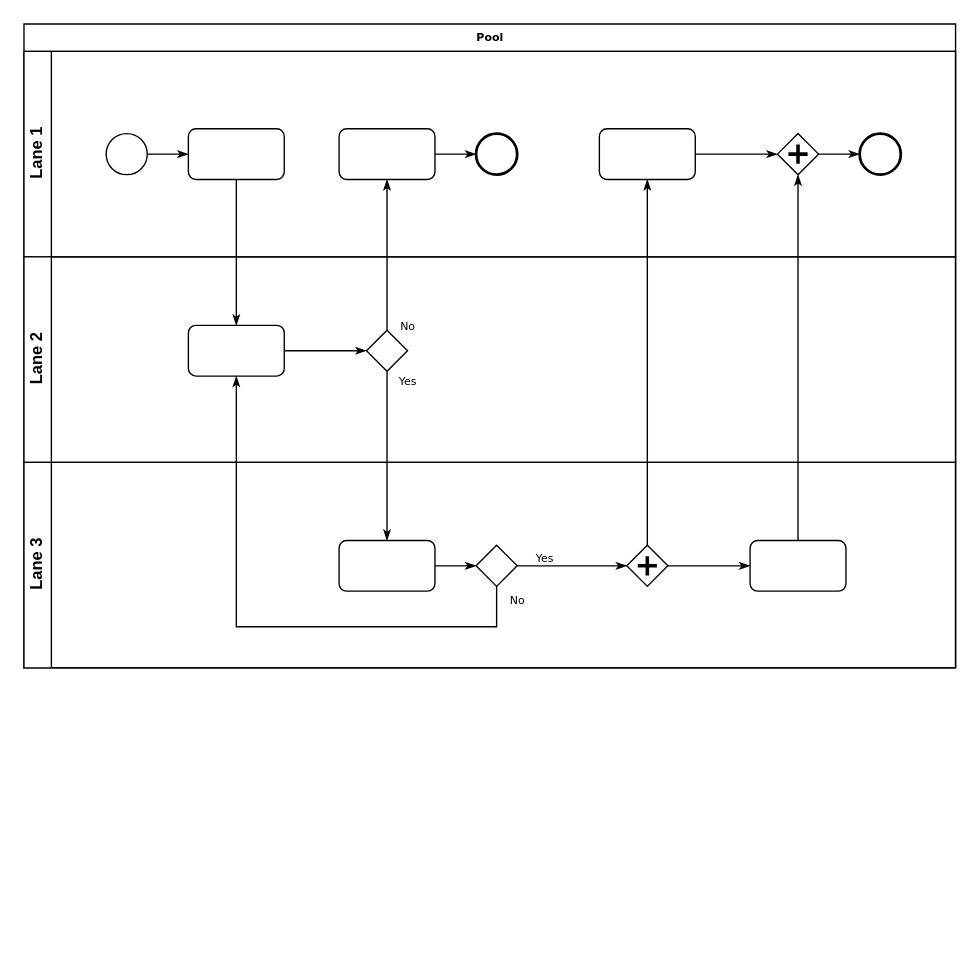
The draw.io diagram Diagrama Fluxo Casa.drawio in carolbucker/python, before the edit. Source tidied: cells renumbered, new cells numbered last; positions are measured from the earlier drawing's top-left corner, leaving out a move shared by most shapes. Both pictures are drawn from the tidied source at 137%, with x=0, y=0 at pixel (23, 23).
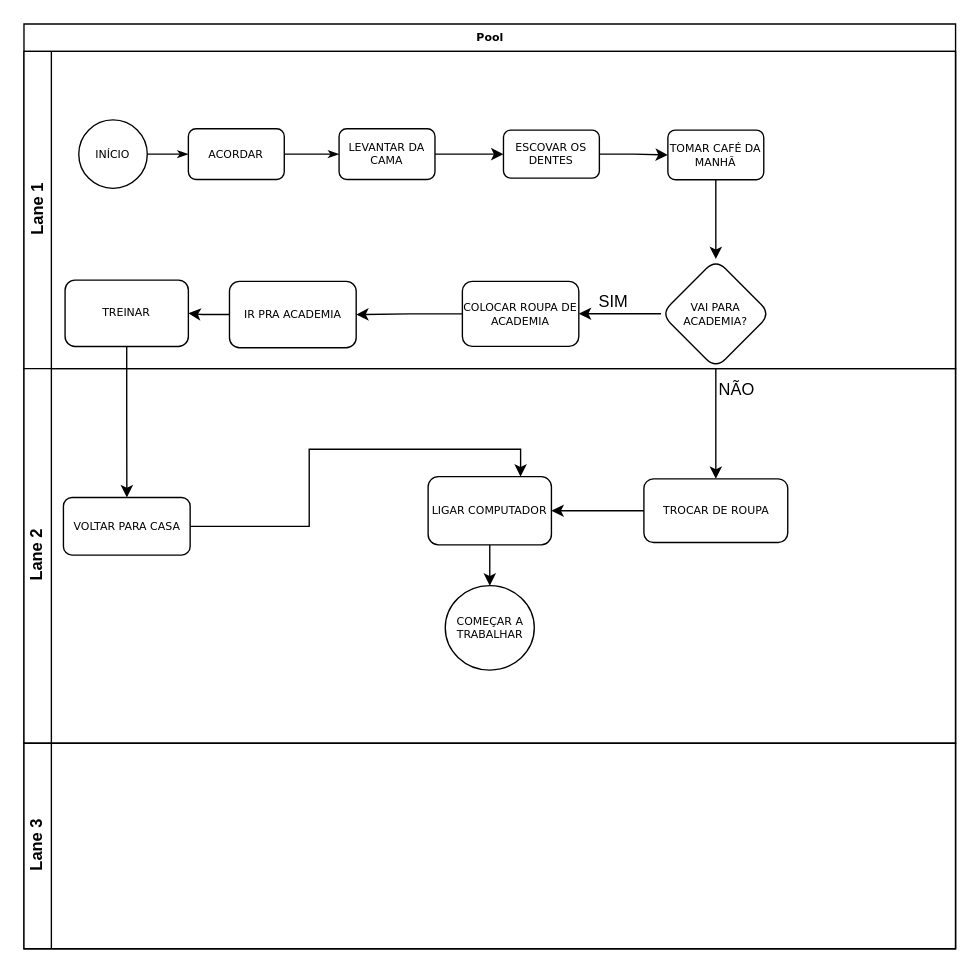
The same page after the edit.

The edit, as a diff of the source:
```diff
@@
     <mxCell id="2" value="Pool" style="swimlane;html=1;horizontal=1;startSize=20;rounded=0;shadow=0;labelBackgroundColor=none;strokeWidth=1;fontFamily=Verdana;fontSize=8;align=center;" parent="1" vertex="1">
-      <mxGeometry width="680" height="470" as="geometry" />
+      <mxGeometry width="680" height="675" as="geometry" />
     </mxCell>
     <mxCell id="3" value="Lane 1" style="swimlane;html=1;startSize=20;horizontal=0;" parent="2" vertex="1">
-      <mxGeometry y="20" width="680" height="150" as="geometry" />
+      <mxGeometry y="20" width="680" height="231.6" as="geometry" />
     </mxCell>
@@
-    <mxCell id="5" style="ellipse;whiteSpace=wrap;html=1;rounded=0;shadow=0;labelBackgroundColor=none;strokeWidth=1;fontFamily=Verdana;fontSize=8;align=center;" parent="3" vertex="1">
-      <mxGeometry x="60" y="60" width="30" height="30" as="geometry" />
+    <mxCell id="5" value="INÍCIO" style="ellipse;whiteSpace=wrap;html=1;rounded=0;shadow=0;labelBackgroundColor=none;strokeWidth=1;fontFamily=Verdana;fontSize=8;align=center;" parent="3" vertex="1">
+      <mxGeometry x="40" y="50" width="50" height="50" as="geometry" />
     </mxCell>
-    <mxCell id="6" style="rounded=1;whiteSpace=wrap;html=1;shadow=0;labelBackgroundColor=none;strokeWidth=1;fontFamily=Verdana;fontSize=8;align=center;" parent="3" vertex="1">
+    <mxCell id="6" value="ACORDAR" style="rounded=1;whiteSpace=wrap;html=1;shadow=0;labelBackgroundColor=none;strokeWidth=1;fontFamily=Verdana;fontSize=8;align=center;" parent="3" vertex="1">
       <mxGeometry x="120" y="56.5" width="70" height="37" as="geometry" />
     </mxCell>
-    <mxCell id="7" style="edgeStyle=orthogonalEdgeStyle;rounded=0;html=1;labelBackgroundColor=none;startArrow=none;startFill=0;startSize=5;endArrow=classicThin;endFill=1;endSize=5;jettySize=auto;strokeWidth=1;fontFamily=Verdana;fontSize=8;" parent="3" edge="1" source="8" target="9">
-      <mxGeometry relative="1" as="geometry" />
-    </mxCell>
-    <mxCell id="8" style="rounded=1;whiteSpace=wrap;html=1;shadow=0;labelBackgroundColor=none;strokeWidth=1;fontFamily=Verdana;fontSize=8;align=center;" parent="3" vertex="1">
-      <mxGeometry x="230" y="56.5" width="70" height="37" as="geometry" />
-    </mxCell>
-    <mxCell id="9" style="ellipse;whiteSpace=wrap;html=1;rounded=0;shadow=0;labelBackgroundColor=none;strokeWidth=2;fontFamily=Verdana;fontSize=8;align=center;" parent="3" vertex="1">
-      <mxGeometry x="330" y="60" width="30" height="30" as="geometry" />
-    </mxCell>
-    <mxCell id="10" style="edgeStyle=orthogonalEdgeStyle;rounded=0;html=1;entryX=0;entryY=0.5;labelBackgroundColor=none;startArrow=none;startFill=0;startSize=5;endArrow=classicThin;endFill=1;endSize=5;jettySize=auto;strokeWidth=1;fontFamily=Verdana;fontSize=8;" parent="3" edge="1" source="11" target="13">
-      <mxGeometry relative="1" as="geometry" />
-    </mxCell>
-    <mxCell id="11" style="rounded=1;whiteSpace=wrap;html=1;shadow=0;labelBackgroundColor=none;strokeWidth=1;fontFamily=Verdana;fontSize=8;align=center;" parent="3" vertex="1">
-      <mxGeometry x="420" y="56.5" width="70" height="37" as="geometry" />
-    </mxCell>
-    <mxCell id="12" style="edgeStyle=orthogonalEdgeStyle;rounded=0;html=1;labelBackgroundColor=none;startArrow=none;startFill=0;startSize=5;endArrow=classicThin;endFill=1;endSize=5;jettySize=auto;strokeWidth=1;fontFamily=Verdana;fontSize=8;" parent="3" edge="1" source="13" target="14">
-      <mxGeometry relative="1" as="geometry" />
-    </mxCell>
-    <mxCell id="13" style="shape=mxgraph.bpmn.shape;html=1;verticalLabelPosition=bottom;labelBackgroundColor=#ffffff;verticalAlign=top;perimeter=rhombusPerimeter;background=gateway;outline=none;symbol=parallelGw;rounded=1;shadow=0;strokeWidth=1;fontFamily=Verdana;fontSize=8;align=center;" parent="3" vertex="1">
-      <mxGeometry x="550" y="60" width="30" height="30" as="geometry" />
-    </mxCell>
-    <mxCell id="14" style="ellipse;whiteSpace=wrap;html=1;rounded=0;shadow=0;labelBackgroundColor=none;strokeWidth=2;fontFamily=Verdana;fontSize=8;align=center;" parent="3" vertex="1">
-      <mxGeometry x="610" y="60" width="30" height="30" as="geometry" />
-    </mxCell>
+    <mxCell id="33" style="edgeStyle=orthogonalEdgeStyle;rounded=0;jettySize=auto;html=1;" parent="3" edge="1" source="17" target="35">
+      <mxGeometry relative="1" as="geometry" />
+    </mxCell>
+    <mxCell id="17" value="LEVANTAR DA CAMA" style="rounded=1;whiteSpace=wrap;html=1;shadow=0;labelBackgroundColor=none;strokeWidth=1;fontFamily=Verdana;fontSize=8;align=center;" parent="3" vertex="1">
+      <mxGeometry x="230" y="56.5" width="70" height="37" as="geometry" />
+    </mxCell>
+    <mxCell id="27" style="edgeStyle=orthogonalEdgeStyle;rounded=0;html=1;labelBackgroundColor=none;startArrow=none;startFill=0;startSize=5;endArrow=classicThin;endFill=1;endSize=5;jettySize=auto;strokeWidth=1;fontFamily=Verdana;fontSize=8;" parent="3" edge="1" source="6" target="17">
+      <mxGeometry relative="1" as="geometry" />
+    </mxCell>
+    <mxCell id="34" style="edgeStyle=orthogonalEdgeStyle;rounded=0;jettySize=auto;html=1;" parent="3" edge="1" source="35" target="37">
+      <mxGeometry relative="1" as="geometry" />
+    </mxCell>
+    <mxCell id="35" value="ESCOVAR OS DENTES" style="whiteSpace=wrap;html=1;fontSize=8;fontFamily=Verdana;rounded=1;shadow=0;labelBackgroundColor=none;strokeWidth=1;" parent="3" vertex="1">
+      <mxGeometry x="350" y="57.5" width="70" height="35" as="geometry" />
+    </mxCell>
+    <mxCell id="36" style="edgeStyle=orthogonalEdgeStyle;rounded=0;jettySize=auto;html=1;" parent="3" edge="1" source="37" target="38">
+      <mxGeometry relative="1" as="geometry" />
+    </mxCell>
+    <mxCell id="37" value="TOMAR CAFÉ DA MANHÃ" style="whiteSpace=wrap;html=1;fontSize=8;fontFamily=Verdana;rounded=1;shadow=0;labelBackgroundColor=none;strokeWidth=1;" parent="3" vertex="1">
+      <mxGeometry x="470" y="57.5" width="70" height="36.2" as="geometry" />
+    </mxCell>
+    <mxCell id="38" value="VAI PARA ACADEMIA?" style="rhombus;whiteSpace=wrap;html=1;fontSize=8;fontFamily=Verdana;rounded=1;shadow=0;labelBackgroundColor=none;strokeWidth=1;" parent="3" vertex="1">
+      <mxGeometry x="465" y="151.6" width="80" height="80" as="geometry" />
+    </mxCell>
+    <mxCell id="39" style="edgeStyle=orthogonalEdgeStyle;rounded=0;jettySize=auto;html=1;" parent="3" edge="1" source="40" target="44">
+      <mxGeometry relative="1" as="geometry" />
+    </mxCell>
+    <mxCell id="40" value="COLOCAR ROUPA DE ACADEMIA" style="whiteSpace=wrap;html=1;fontSize=8;fontFamily=Verdana;rounded=1;shadow=0;labelBackgroundColor=none;strokeWidth=1;" parent="3" vertex="1">
+      <mxGeometry x="320" y="167.9" width="85" height="47.4" as="geometry" />
+    </mxCell>
+    <mxCell id="41" value="SIM" style="text;html=1;align=center;verticalAlign=middle;strokeColor=none;fillColor=none;" parent="3" vertex="1">
+      <mxGeometry x="410" y="167.9" width="40" height="30" as="geometry" />
+    </mxCell>
+    <mxCell id="42" style="edgeStyle=orthogonalEdgeStyle;rounded=0;orthogonalLoop=1;jettySize=auto;html=1;" parent="3" edge="1">
+      <mxGeometry relative="1" as="geometry">
+        <mxPoint x="465" y="191.5" as="sourcePoint" />
+        <mxPoint x="405" y="191.5" as="targetPoint" />
+      </mxGeometry>
+    </mxCell>
+    <mxCell id="43" style="edgeStyle=orthogonalEdgeStyle;rounded=0;jettySize=auto;html=1;" parent="3" edge="1" source="44" target="45">
+      <mxGeometry relative="1" as="geometry" />
+    </mxCell>
+    <mxCell id="44" value="IR PRA ACADEMIA" style="whiteSpace=wrap;html=1;fontSize=8;fontFamily=Verdana;rounded=1;shadow=0;labelBackgroundColor=none;strokeWidth=1;" parent="3" vertex="1">
+      <mxGeometry x="150" y="167.9" width="92.5" height="48.4" as="geometry" />
+    </mxCell>
+    <mxCell id="45" value="TREINAR" style="whiteSpace=wrap;html=1;fontSize=8;fontFamily=Verdana;rounded=1;shadow=0;labelBackgroundColor=none;strokeWidth=1;" parent="3" vertex="1">
+      <mxGeometry x="30" y="167" width="90" height="48.4" as="geometry" />
+    </mxCell>
     <mxCell id="15" value="Lane 2" style="swimlane;html=1;startSize=20;horizontal=0;" parent="2" vertex="1">
-      <mxGeometry y="170" width="680" height="150" as="geometry" />
+      <mxGeometry y="251.6" width="680" height="273.4" as="geometry" />
     </mxCell>
-    <mxCell id="16" style="edgeStyle=orthogonalEdgeStyle;rounded=0;html=1;labelBackgroundColor=none;startArrow=none;startFill=0;startSize=5;endArrow=classicThin;endFill=1;endSize=5;jettySize=auto;strokeWidth=1;fontFamily=Verdana;fontSize=8;" parent="15" edge="1" source="17" target="18">
-      <mxGeometry relative="1" as="geometry" />
-    </mxCell>
-    <mxCell id="17" style="rounded=1;whiteSpace=wrap;html=1;shadow=0;labelBackgroundColor=none;strokeWidth=1;fontFamily=Verdana;fontSize=8;align=center;" parent="15" vertex="1">
-      <mxGeometry x="120" y="50" width="70" height="37" as="geometry" />
-    </mxCell>
-    <mxCell id="18" style="strokeWidth=1;html=1;shape=mxgraph.flowchart.decision;whiteSpace=wrap;rounded=1;shadow=0;labelBackgroundColor=none;fontFamily=Verdana;fontSize=8;align=center;" parent="15" vertex="1">
-      <mxGeometry x="250" y="53.5" width="30" height="30" as="geometry" />
-    </mxCell>
+    <mxCell id="46" style="edgeStyle=orthogonalEdgeStyle;rounded=0;jettySize=auto;html=1;" parent="15" edge="1" source="47" target="50">
+      <mxGeometry relative="1" as="geometry" />
+    </mxCell>
+    <mxCell id="47" value="TROCAR DE ROUPA" style="whiteSpace=wrap;html=1;fontSize=8;fontFamily=Verdana;rounded=1;shadow=0;labelBackgroundColor=none;strokeWidth=1;" parent="15" vertex="1">
+      <mxGeometry x="452.5" y="80.4" width="105" height="46.5" as="geometry" />
+    </mxCell>
+    <mxCell id="48" value="NÃO" style="text;html=1;align=center;verticalAlign=middle;strokeColor=none;fillColor=none;" parent="15" vertex="1">
+      <mxGeometry x="495" width="50" height="30" as="geometry" />
+    </mxCell>
+    <mxCell id="49" style="edgeStyle=orthogonalEdgeStyle;rounded=0;jettySize=auto;html=1;" parent="15" edge="1" source="50" target="53">
+      <mxGeometry relative="1" as="geometry" />
+    </mxCell>
+    <mxCell id="50" value="LIGAR COMPUTADOR" style="whiteSpace=wrap;html=1;fontSize=8;fontFamily=Verdana;rounded=1;shadow=0;labelBackgroundColor=none;strokeWidth=1;" parent="15" vertex="1">
+      <mxGeometry x="295" y="78.8" width="90" height="49.8" as="geometry" />
+    </mxCell>
+    <mxCell id="51" style="edgeStyle=orthogonalEdgeStyle;rounded=0;jettySize=auto;html=1;entryX=0.75;entryY=0;entryDx=0;entryDy=0;" parent="15" edge="1" source="52" target="50">
+      <mxGeometry relative="1" as="geometry" />
+    </mxCell>
+    <mxCell id="52" value="VOLTAR PARA CASA" style="whiteSpace=wrap;html=1;fontSize=8;fontFamily=Verdana;rounded=1;shadow=0;labelBackgroundColor=none;strokeWidth=1;" parent="15" vertex="1">
+      <mxGeometry x="28.8" y="94" width="92.5" height="42.1" as="geometry" />
+    </mxCell>
+    <mxCell id="53" value="COMEÇAR A TRABALHAR" style="ellipse;whiteSpace=wrap;html=1;fontSize=8;fontFamily=Verdana;rounded=1;shadow=0;labelBackgroundColor=none;strokeWidth=1;" parent="15" vertex="1">
+      <mxGeometry x="307.5" y="158.4" width="65" height="61.6" as="geometry" />
+    </mxCell>
     <mxCell id="19" value="Lane 3" style="swimlane;html=1;startSize=20;horizontal=0;" parent="2" vertex="1">
-      <mxGeometry y="320" width="680" height="150" as="geometry" />
+      <mxGeometry y="525" width="680" height="150" as="geometry" />
     </mxCell>
-    <mxCell id="20" style="edgeStyle=orthogonalEdgeStyle;rounded=0;html=1;labelBackgroundColor=none;startArrow=none;startFill=0;startSize=5;endArrow=classicThin;endFill=1;endSize=5;jettySize=auto;strokeWidth=1;fontFamily=Verdana;fontSize=8;" parent="19" edge="1" source="21" target="23">
-      <mxGeometry relative="1" as="geometry" />
-    </mxCell>
-    <mxCell id="21" style="rounded=1;whiteSpace=wrap;html=1;shadow=0;labelBackgroundColor=none;strokeWidth=1;fontFamily=Verdana;fontSize=8;align=center;" parent="19" vertex="1">
-      <mxGeometry x="230" y="57" width="70" height="37" as="geometry" />
-    </mxCell>
-    <mxCell id="22" value="Yes" style="edgeStyle=orthogonalEdgeStyle;rounded=0;html=1;entryX=0;entryY=0.5;labelBackgroundColor=none;startArrow=none;startFill=0;startSize=5;endArrow=classicThin;endFill=1;endSize=5;jettySize=auto;strokeWidth=1;fontFamily=Verdana;fontSize=8;" parent="19" edge="1" source="23" target="25">
-      <mxGeometry x="-0.5" y="6" relative="1" as="geometry" />
-    </mxCell>
-    <mxCell id="23" style="strokeWidth=1;html=1;shape=mxgraph.flowchart.decision;whiteSpace=wrap;rounded=1;shadow=0;labelBackgroundColor=none;fontFamily=Verdana;fontSize=8;align=center;" parent="19" vertex="1">
-      <mxGeometry x="330" y="60.5" width="30" height="30" as="geometry" />
-    </mxCell>
-    <mxCell id="24" style="edgeStyle=orthogonalEdgeStyle;rounded=0;html=1;labelBackgroundColor=none;startArrow=none;startFill=0;startSize=5;endArrow=classicThin;endFill=1;endSize=5;jettySize=auto;strokeColor=#000000;strokeWidth=1;fontFamily=Verdana;fontSize=8;fontColor=#000000;" parent="19" edge="1" source="25" target="26">
-      <mxGeometry relative="1" as="geometry" />
-    </mxCell>
-    <mxCell id="25" style="shape=mxgraph.bpmn.shape;html=1;verticalLabelPosition=bottom;labelBackgroundColor=#ffffff;verticalAlign=top;perimeter=rhombusPerimeter;background=gateway;outline=none;symbol=parallelGw;rounded=1;shadow=0;strokeWidth=1;fontFamily=Verdana;fontSize=8;align=center;" parent="19" vertex="1">
-      <mxGeometry x="440" y="60.5" width="30" height="30" as="geometry" />
-    </mxCell>
-    <mxCell id="26" style="rounded=1;whiteSpace=wrap;html=1;shadow=0;labelBackgroundColor=none;strokeWidth=1;fontFamily=Verdana;fontSize=8;align=center;" parent="19" vertex="1">
-      <mxGeometry x="530" y="57" width="70" height="37" as="geometry" />
-    </mxCell>
-    <mxCell id="27" style="edgeStyle=orthogonalEdgeStyle;rounded=0;html=1;labelBackgroundColor=none;startArrow=none;startFill=0;startSize=5;endArrow=classicThin;endFill=1;endSize=5;jettySize=auto;strokeWidth=1;fontFamily=Verdana;fontSize=8;" parent="2" edge="1" source="6" target="17">
-      <mxGeometry relative="1" as="geometry" />
-    </mxCell>
-    <mxCell id="28" value="No" style="edgeStyle=orthogonalEdgeStyle;rounded=0;html=1;labelBackgroundColor=none;startArrow=none;startFill=0;startSize=5;endArrow=classicThin;endFill=1;endSize=5;jettySize=auto;strokeWidth=1;fontFamily=Verdana;fontSize=8;" parent="2" edge="1" source="18" target="8">
-      <mxGeometry x="-0.94" y="-15" relative="1" as="geometry" />
-    </mxCell>
-    <mxCell id="29" value="Yes" style="edgeStyle=orthogonalEdgeStyle;rounded=0;html=1;labelBackgroundColor=none;startArrow=none;startFill=0;startSize=5;endArrow=classicThin;endFill=1;endSize=5;jettySize=auto;strokeWidth=1;fontFamily=Verdana;fontSize=8;" parent="2" edge="1" source="18" target="21">
-      <mxGeometry x="-0.89" y="15" relative="1" as="geometry" />
-    </mxCell>
-    <mxCell id="30" style="edgeStyle=orthogonalEdgeStyle;rounded=0;html=1;entryX=0.5;entryY=1;labelBackgroundColor=none;startArrow=none;startFill=0;startSize=5;endArrow=classicThin;endFill=1;endSize=5;jettySize=auto;strokeWidth=1;fontFamily=Verdana;fontSize=8;" parent="2" edge="1" source="26" target="13">
-      <mxGeometry relative="1" as="geometry" />
-    </mxCell>
-    <mxCell id="31" value="No" style="edgeStyle=orthogonalEdgeStyle;rounded=0;html=1;labelBackgroundColor=none;startArrow=none;startFill=0;startSize=5;endArrow=classicThin;endFill=1;endSize=5;jettySize=auto;strokeWidth=1;fontFamily=Verdana;fontSize=8;" parent="2" edge="1" source="23" target="17">
-      <mxGeometry x="-0.95" y="15" relative="1" as="geometry">
-        <Array as="points">
-          <mxPoint x="345" y="440" />
-          <mxPoint x="155" y="440" />
-        </Array>
-      </mxGeometry>
-    </mxCell>
-    <mxCell id="32" style="edgeStyle=orthogonalEdgeStyle;rounded=0;html=1;labelBackgroundColor=none;startArrow=none;startFill=0;startSize=5;endArrow=classicThin;endFill=1;endSize=5;jettySize=auto;strokeWidth=1;fontFamily=Verdana;fontSize=8;" parent="2" edge="1" source="25" target="11">
-      <mxGeometry relative="1" as="geometry" />
-    </mxCell>
+    <mxCell id="54" style="edgeStyle=orthogonalEdgeStyle;rounded=0;jettySize=auto;html=1;" parent="2" edge="1" source="38" target="47">
+      <mxGeometry relative="1" as="geometry" />
+    </mxCell>
+    <mxCell id="55" style="edgeStyle=orthogonalEdgeStyle;rounded=0;jettySize=auto;html=1;" parent="2" edge="1" source="45" target="52">
+      <mxGeometry relative="1" as="geometry" />
+    </mxCell>
```
